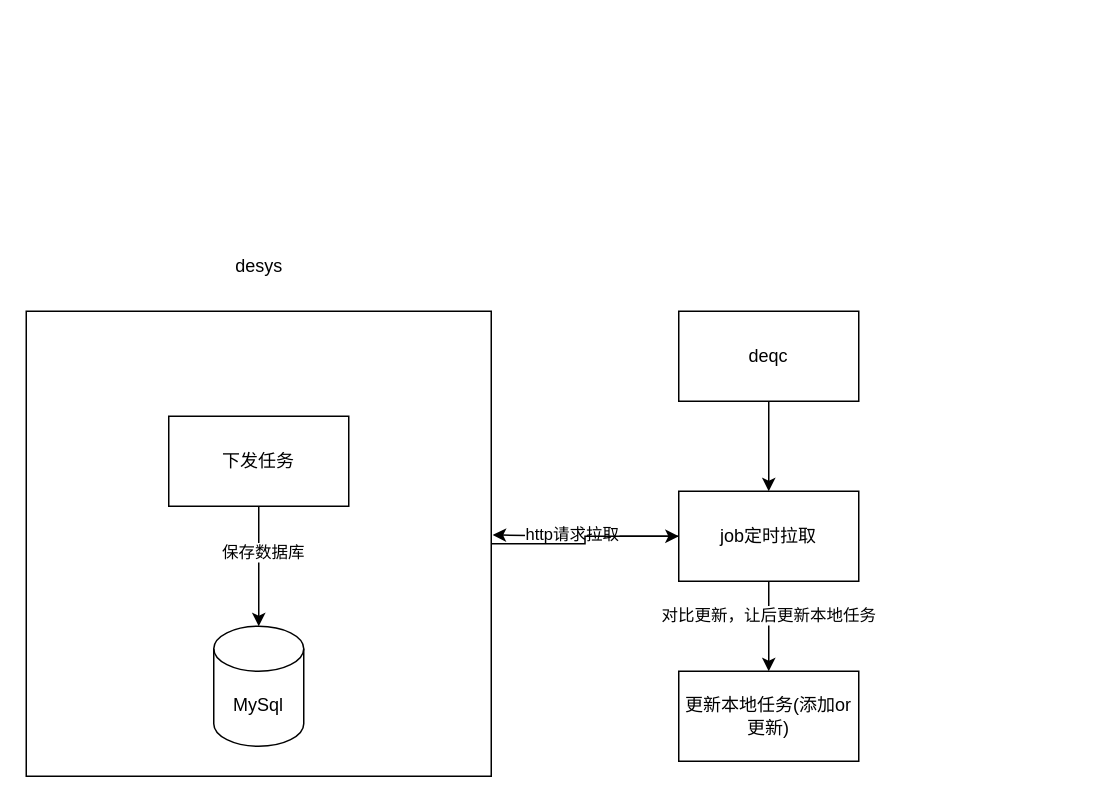
Earlier version of the draw.io diagram rongda-dep/任务下发.drawio (cherishsince/diagrams.net). Source tidied: cells renumbered, new cells numbered last; positions are measured from the earlier drawing's top-left corner, leaving out a move shared by most shapes. Both pictures are drawn from the tidied source at 150%, with x=0, y=0 at pixel (26, 250).
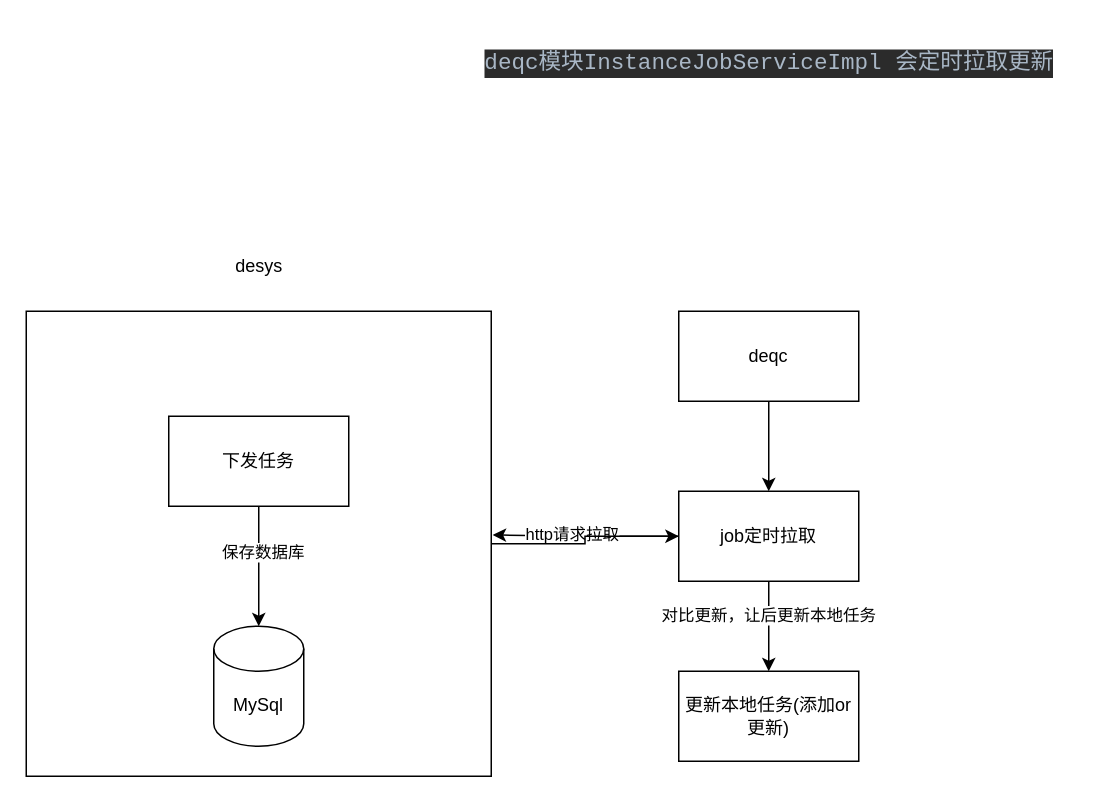
The same diagram, later.

Commit message:
更新任务下发.drawio

The edit, as a diff of the source:
```diff
@@
 <mxGraphModel>
   <root>
     <mxCell id="0" />
     <mxCell id="1" parent="0" />
     <mxCell id="2" style="group;" parent="1" vertex="1">
       <mxGeometry width="555" height="350" as="geometry" />
     </mxCell>
     <mxCell id="3" style="whiteSpace=wrap;html=1;" parent="2" vertex="1">
       <mxGeometry y="40" width="310" height="310" as="geometry" />
     </mxCell>
     <mxCell id="4" value="MySql" style="shape=cylinder3;whiteSpace=wrap;html=1;boundedLbl=1;backgroundOutline=1;size=15;" parent="2" vertex="1">
       <mxGeometry x="125" y="250" width="60" height="80" as="geometry" />
     </mxCell>
     <mxCell id="5" style="edgeStyle=orthogonalEdgeStyle;rounded=0;jettySize=auto;html=1;" parent="2" edge="1" source="7" target="4">
       <mxGeometry relative="1" as="geometry" />
     </mxCell>
     <mxCell id="6" value="保存数据库" style="edgeLabel;html=1;align=center;verticalAlign=middle;" parent="5" vertex="1">
       <mxGeometry x="-0.25" y="2" relative="1" as="geometry" />
     </mxCell>
     <mxCell id="7" value="下发任务" style="rounded=0;whiteSpace=wrap;html=1;" parent="2" vertex="1">
       <mxGeometry x="95" y="110" width="120" height="60" as="geometry" />
     </mxCell>
     <mxCell id="8" value="desys" style="text;html=1;align=center;verticalAlign=middle;" parent="2" vertex="1">
       <mxGeometry x="130" width="50" height="20" as="geometry" />
     </mxCell>
     <mxCell id="9" value="deqc" style="rounded=0;whiteSpace=wrap;html=1;" parent="2" vertex="1">
       <mxGeometry x="435" y="40" width="120" height="60" as="geometry" />
     </mxCell>
     <mxCell id="10" style="edgeStyle=orthogonalEdgeStyle;rounded=0;jettySize=auto;html=1;entryX=1.003;entryY=0.481;entryDx=0;entryDy=0;entryPerimeter=0;" parent="2" edge="1" source="12" target="3">
       <mxGeometry relative="1" as="geometry" />
     </mxCell>
     <mxCell id="11" value="http请求拉取" style="edgeLabel;html=1;align=center;verticalAlign=middle;" parent="10" vertex="1">
       <mxGeometry x="0.15" y="-1" relative="1" as="geometry" />
     </mxCell>
     <mxCell id="12" value="job定时拉取" style="rounded=0;whiteSpace=wrap;html=1;" parent="2" vertex="1">
       <mxGeometry x="435" y="160" width="120" height="60" as="geometry" />
     </mxCell>
     <mxCell id="13" style="edgeStyle=orthogonalEdgeStyle;rounded=0;jettySize=auto;html=1;" parent="2" edge="1" source="3" target="12">
       <mxGeometry relative="1" as="geometry" />
     </mxCell>
     <mxCell id="14" style="edgeStyle=orthogonalEdgeStyle;rounded=0;jettySize=auto;html=1;" parent="2" edge="1" source="9" target="12">
       <mxGeometry relative="1" as="geometry" />
     </mxCell>
     <mxCell id="15" value="更新本地任务(添加or更新)" style="rounded=0;whiteSpace=wrap;html=1;" parent="2" vertex="1">
       <mxGeometry x="435" y="280" width="120" height="60" as="geometry" />
     </mxCell>
     <mxCell id="16" style="edgeStyle=orthogonalEdgeStyle;rounded=0;jettySize=auto;html=1;" parent="2" edge="1" source="12" target="15">
       <mxGeometry relative="1" as="geometry" />
     </mxCell>
     <mxCell id="17" value="对比更新，让后更新本地任务" style="edgeLabel;html=1;align=center;verticalAlign=middle;" parent="16" vertex="1">
       <mxGeometry x="-0.27" y="-1" relative="1" as="geometry" />
     </mxCell>
+    <mxCell id="18" value="&lt;pre style=&quot;background-color: #2b2b2b ; color: #a9b7c6 ; font-family: &amp;#34;jetbrains mono&amp;#34; , monospace ; font-size: 11.3pt&quot;&gt;deqc模块InstanceJobServiceImpl 会定时拉取更新&lt;/pre&gt;" style="text;html=1;align=center;verticalAlign=middle;" parent="1" vertex="1">
+      <mxGeometry x="295" y="-150" width="400" height="50" as="geometry" />
+    </mxCell>
   </root>
 </mxGraphModel>
```
